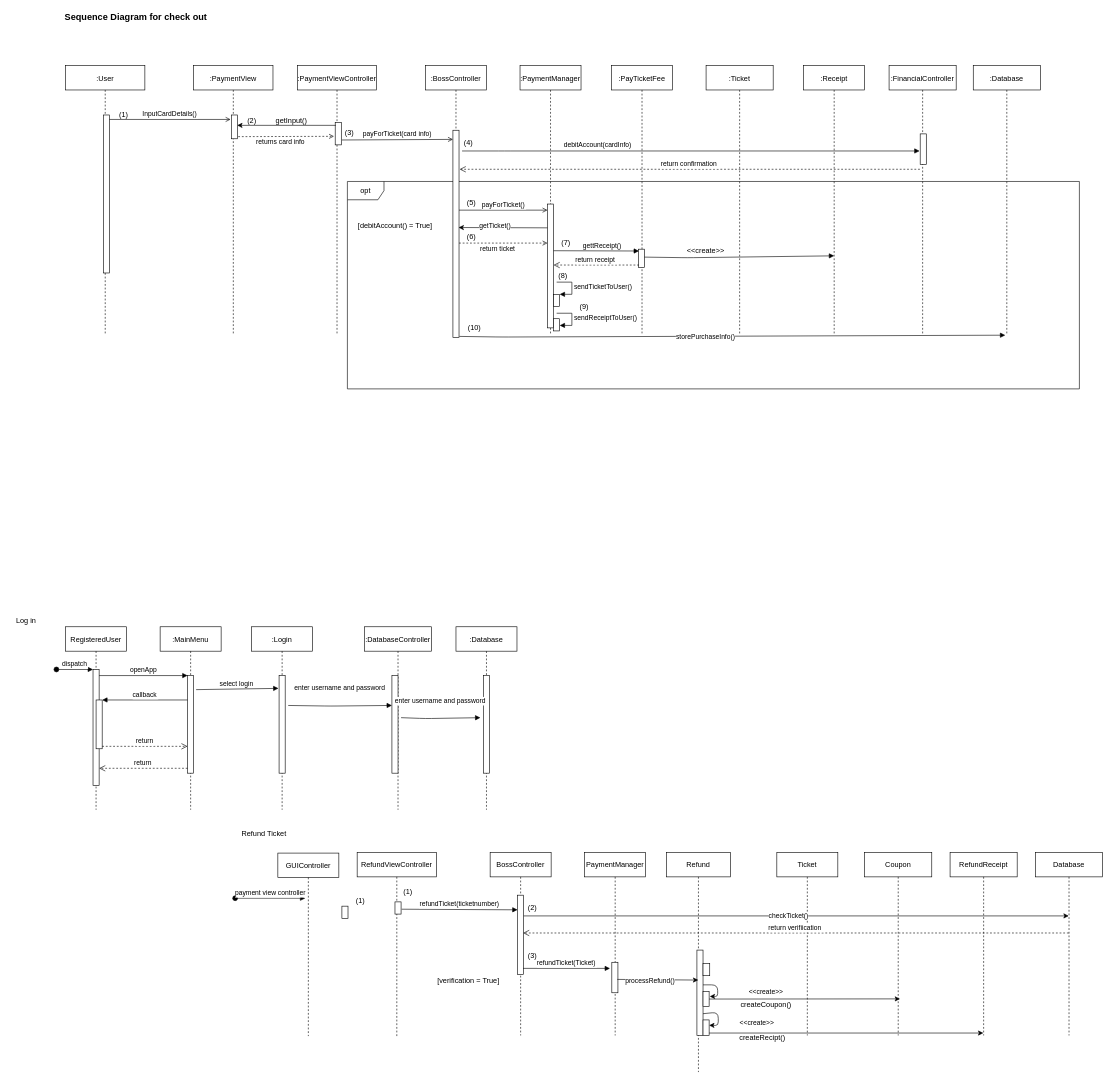
mklasby/ENSF_619_PROJECT keeps this draw.io diagram as SequenceDiagrams/checkout_sequence_diagram.drawio. Above is the earlier version. Source tidied: cells renumbered, new cells numbered last; positions are measured from the earlier drawing's top-left corner, leaving out a move shared by most shapes. Both pictures are drawn from the tidied source at 61%, with x=0, y=0 at pixel (10, 10).
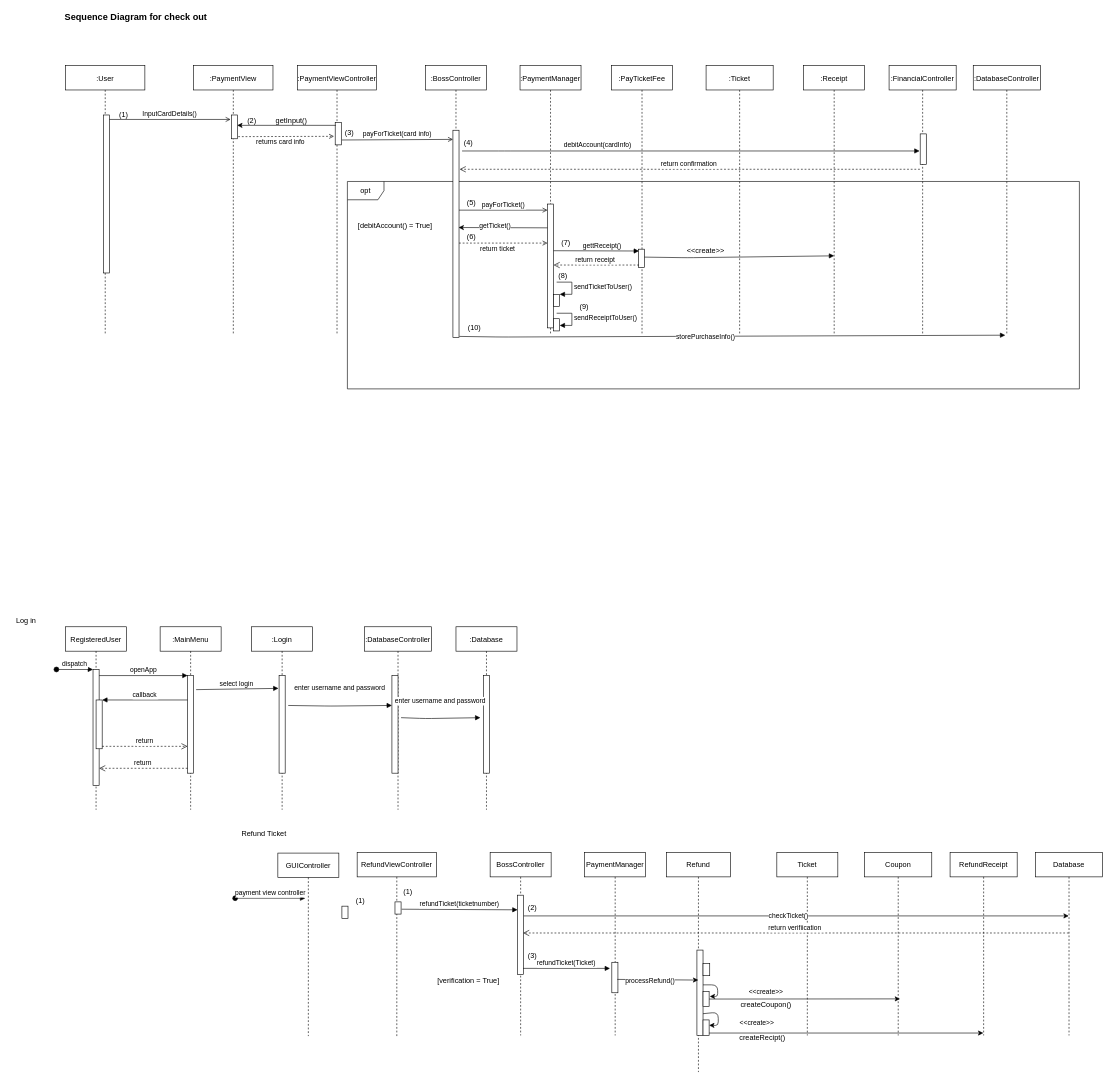
Above is the later version.

Commit message:
updated Database to DatabaseController

Diff of the diagram source:
```diff
@@
-    <mxCell id="81" value=":Database" style="shape=umlLifeline;perimeter=lifelinePerimeter;rounded=0;shadow=0;strokeWidth=1;" parent="1" vertex="1">
+    <mxCell id="81" value=":DatabaseController" style="shape=umlLifeline;perimeter=lifelinePerimeter;rounded=0;shadow=0;strokeWidth=1;" parent="1" vertex="1">
       <mxGeometry x="1578" y="90" width="110" height="440" as="geometry" />
     </mxCell>
```
